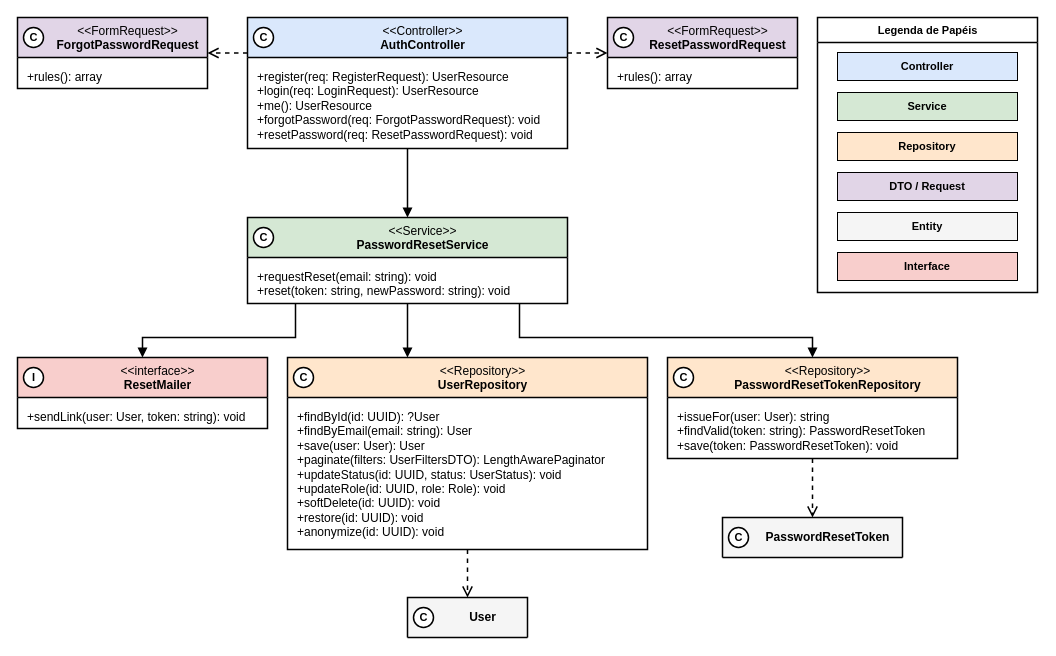
This is especificacao/diagramas/13-classes-area-a-implementacao-recuperacao.drawio from Plataforma-de-Cursos-TCC/plataforma-cursos-docs, a draw.io file, before an edit. Source tidied: cells renumbered, new cells numbered last; positions are measured from the earlier drawing's top-left corner, leaving out a move shared by most shapes. Both pictures are drawn from the tidied source at 100%, with x=0, y=0 at pixel (17, 17).
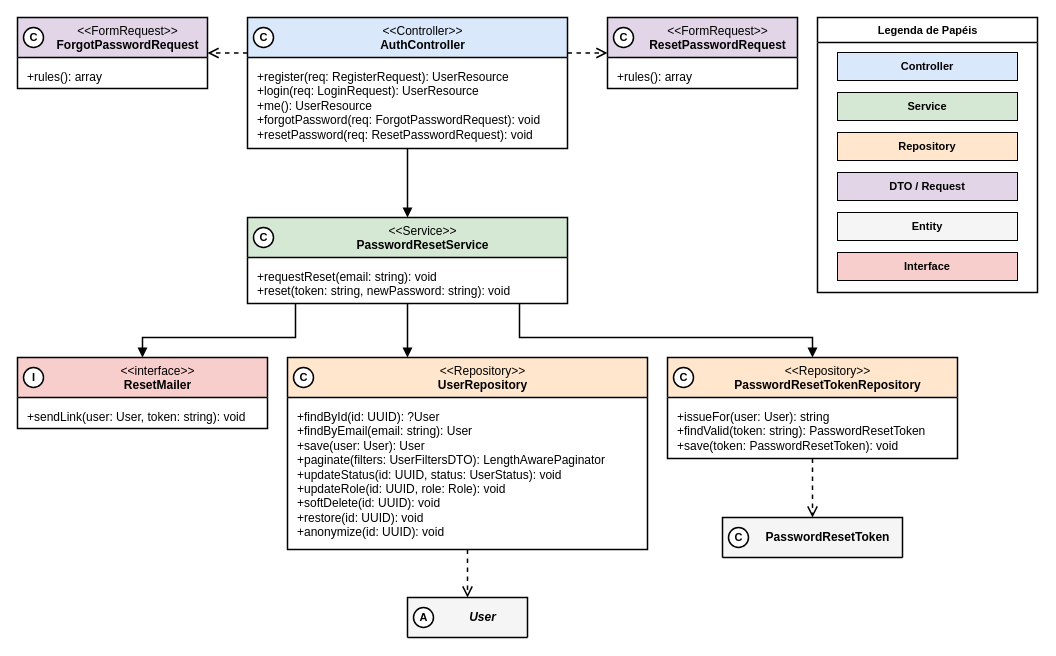
After the change.

Commit message (it also covers changes not shown here):
fix(especificacao): represent User as abstract class in implementation diagrams

Change to the diagram source:
```diff
@@
-    <mxCell id="23" value="&lt;b&gt;User&lt;/b&gt;" style="swimlane;html=1;fontStyle=0;align=center;verticalAlign=middle;startSize=40;fillColor=#F5F5F5;swimlaneFillColor=#FFFFFF;strokeColor=#000000;strokeWidth=1.5;fontFamily=Helvetica;fontSize=12;fontColor=#000000;rounded=0;spacingLeft=30;" parent="1" vertex="1">
+    <mxCell id="23" value="&lt;i&gt;&lt;b&gt;User&lt;/b&gt;&lt;/i&gt;" style="swimlane;html=1;fontStyle=3;align=center;verticalAlign=middle;startSize=40;fillColor=#F5F5F5;swimlaneFillColor=#FFFFFF;strokeColor=#000000;strokeWidth=1.5;fontFamily=Helvetica;fontSize=12;fontColor=#000000;rounded=0;spacingLeft=30;" parent="1" vertex="1">
       <mxGeometry x="390" y="580" width="120" height="40" as="geometry" />
     </mxCell>
-    <mxCell id="24" value="C" style="ellipse;html=1;fillColor=#FFFFFF;strokeColor=#000000;strokeWidth=1.5;fontFamily=Helvetica;fontSize=11;fontStyle=1;fontColor=#000000;" parent="1" vertex="1">
+    <mxCell id="24" value="A" style="ellipse;html=1;fillColor=#FFFFFF;strokeColor=#000000;strokeWidth=1.5;fontFamily=Helvetica;fontSize=11;fontStyle=1;fontColor=#000000;" parent="1" vertex="1">
       <mxGeometry x="396" y="590" width="20" height="20" as="geometry" />
     </mxCell>
```
